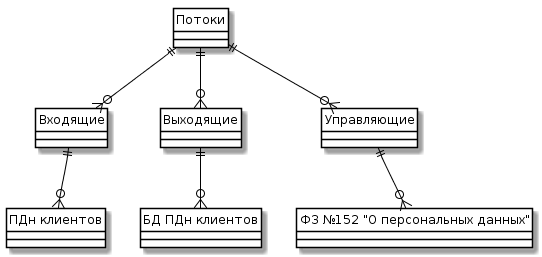
The PlantUML diagram Potoki.png in Hoshi089/VeronikaYakubova.github.io, before a commit.
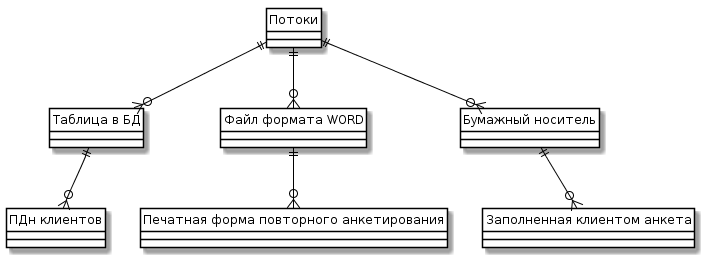
Later version of the same file.

What changed in the source:
```diff
@@ -5,12 +5,12 @@
 	BorderColor Black
 }
 class "Потоки" as P {}
-class "Входящие" as I {}
-class "Выходящие" as OU {}
-class "Управляющие" as U {}
+class "Таблица в БД" as I {}
+class "Файл формата WORD" as OU {}
+class "Бумажный носитель" as U {}
 class "ПДн клиентов" as Z {}
-class "БД ПДн клиентов" as O {}
-class "ФЗ №152 "О персональных данных"" as N {}
+class "Печатная форма повторного анкетирования" as O {}
+class "Заполненная клиентом анкета" as N {}
 
 P ||--o{ I
 P ||--o{ OU
```
